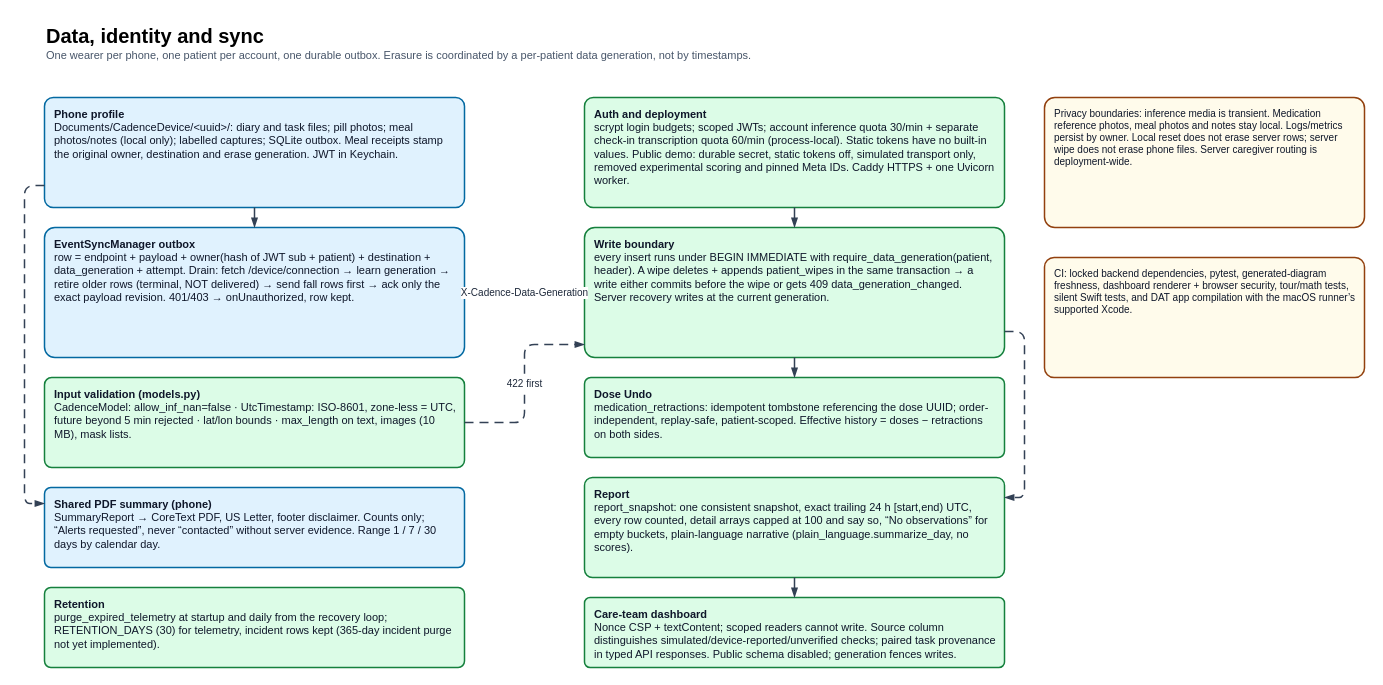
This is page "4 Data and sync" (4 of 5) of docs/cadence_architecture.drawio from theloopsmith/Cadence, a draw.io file, before an edit. Source tidied: cells renumbered, new cells numbered last; positions are measured from the earlier drawing's top-left corner, leaving out a move shared by most shapes. Both pictures are drawn from the tidied source at 100%, with x=0, y=0 at pixel (44, 17).
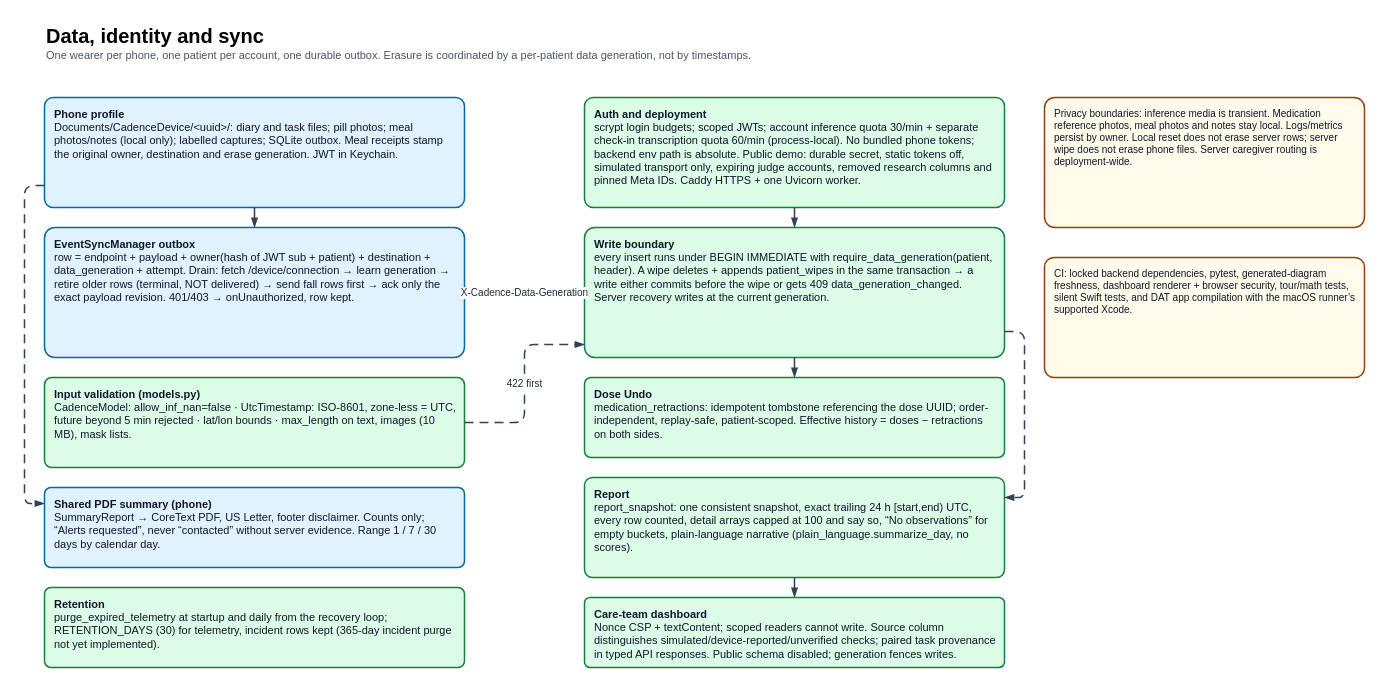
Above is the later version.

Diff of the diagram source:
```diff
@@
-    <mxCell id="5" value="&lt;b&gt;Auth and deployment&lt;/b&gt;&lt;br/&gt;scrypt login budgets; scoped JWTs; account inference quota 30/min + separate check-in transcription quota 60/min (process-local). Static tokens have no built-in values. Public demo: durable secret, static tokens off, simulated transport only, removed experimental scoring and pinned Meta IDs. Caddy HTTPS + one Uvicorn worker." style="rounded=1;arcSize=8;whiteSpace=wrap;html=1;fillColor=#DCFCE7;strokeColor=#15803D;fontColor=#0F172A;fontSize=11;align=left;verticalAlign=top;spacingLeft=8;spacingRight=8;spacingTop=4;strokeWidth=1.5;" parent="1" vertex="1">
+    <mxCell id="5" value="&lt;b&gt;Auth and deployment&lt;/b&gt;&lt;br/&gt;scrypt login budgets; scoped JWTs; account inference quota 30/min + separate check-in transcription quota 60/min (process-local). No bundled phone tokens; backend env path is absolute. Public demo: durable secret, static tokens off, simulated transport only, expiring judge accounts, removed research columns and pinned Meta IDs. Caddy HTTPS + one Uvicorn worker." style="rounded=1;arcSize=8;whiteSpace=wrap;html=1;fillColor=#DCFCE7;strokeColor=#15803D;fontColor=#0F172A;fontSize=11;align=left;verticalAlign=top;spacingLeft=8;spacingRight=8;spacingTop=4;strokeWidth=1.5;" parent="1" vertex="1">
       <mxGeometry x="540" y="80" width="420" height="110" as="geometry" />
     </mxCell>
```
